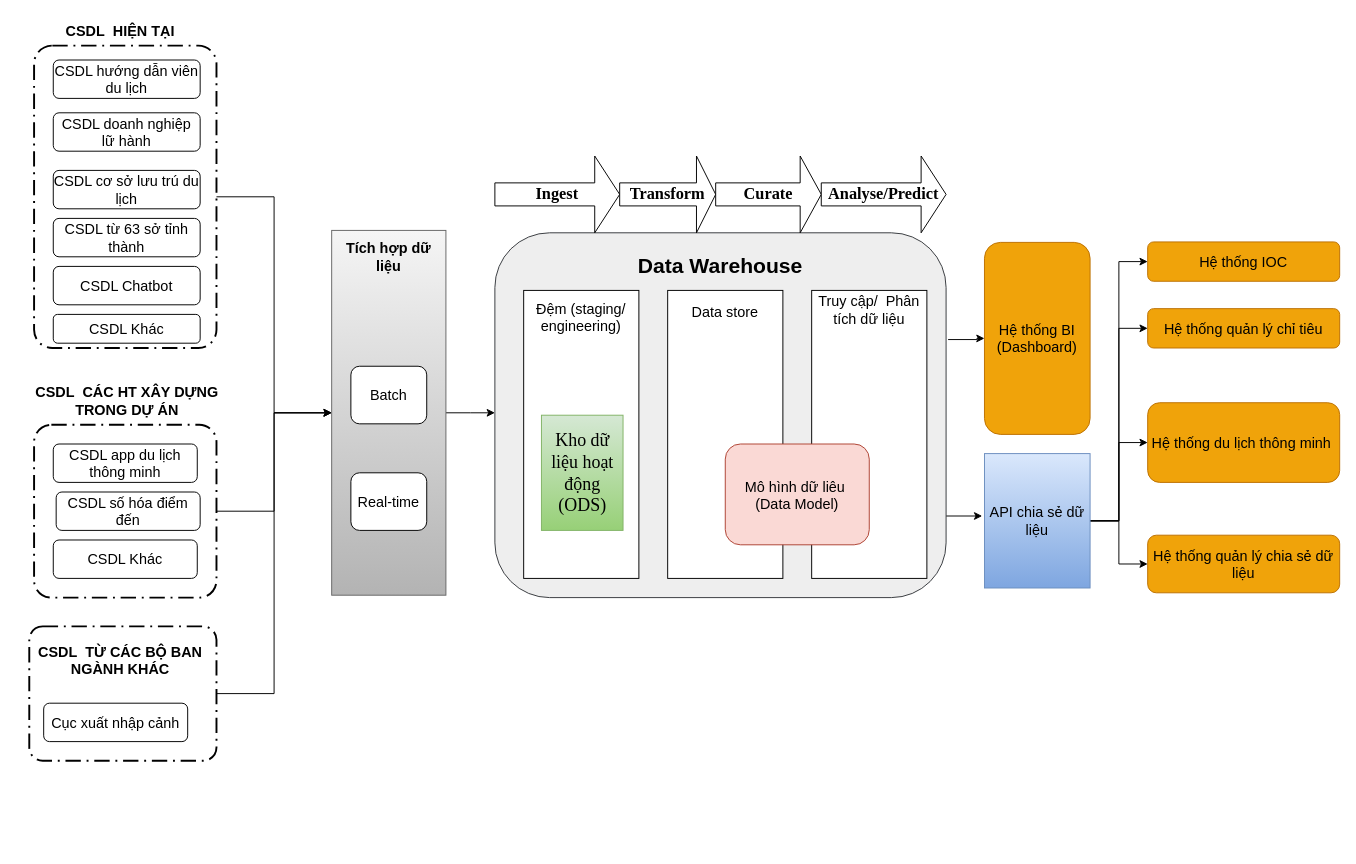
letheanh12345/Draw-io keeps this draw.io diagram as page "Page-1" (1 of 4) of so-do-draw/Untitled Diagram.drawio. Above is the earlier version. Source tidied: cells renumbered, new cells numbered last; positions are measured from the earlier drawing's top-left corner, leaving out a move shared by most shapes. Both pictures are drawn from the tidied source at 96%, with x=0, y=0 at pixel (16, 16).
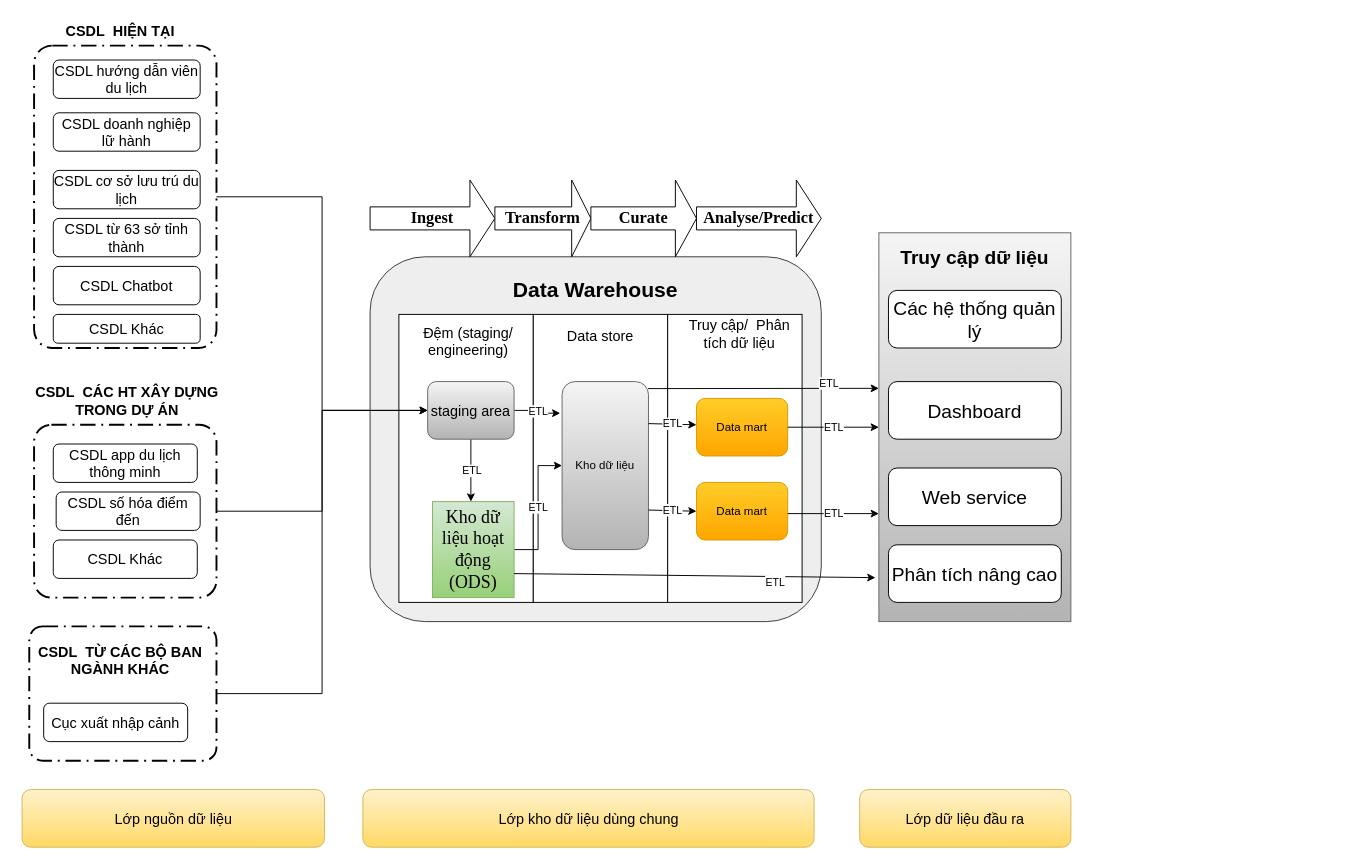
The same page after the edit.

Unchanged cells that the change refers to:
```xml
<mxCell id="3" style="points=[[0.25,0,0],[0.5,0,0],[0.75,0,0],[1,0.25,0],[1,0.5,0],[1,0.75,0],[0.75,1,0],[0.5,1,0],[0.25,1,0],[0,0.75,0],[0,0.5,0],[0,0.25,0]];rounded=1;arcSize=10;dashed=1;strokeColor=#000000;fillColor=none;gradientColor=none;dashPattern=8 3 1 3;strokeWidth=2;fontStyle=1;fontSize=20;" parent="1" vertex="1">
  <mxGeometry x="18" y="30" width="190" height="315" as="geometry" />
</mxCell>
<mxCell id="32" style="points=[[0.25,0,0],[0.5,0,0],[0.75,0,0],[1,0.25,0],[1,0.5,0],[1,0.75,0],[0.75,1,0],[0.5,1,0],[0.25,1,0],[0,0.75,0],[0,0.5,0],[0,0.25,0]];rounded=1;arcSize=10;dashed=1;strokeColor=#000000;fillColor=none;gradientColor=none;dashPattern=8 3 1 3;strokeWidth=2;fontStyle=1;fontSize=20;" parent="1" vertex="1">
  <mxGeometry x="18" y="425" width="190" height="180" as="geometry" />
</mxCell>
<mxCell id="49" style="points=[[0.25,0,0],[0.5,0,0],[0.75,0,0],[1,0.25,0],[1,0.5,0],[1,0.75,0],[0.75,1,0],[0.5,1,0],[0.25,1,0],[0,0.75,0],[0,0.5,0],[0,0.25,0]];rounded=1;arcSize=10;dashed=1;strokeColor=#000000;fillColor=none;gradientColor=none;dashPattern=8 3 1 3;strokeWidth=2;fontStyle=1;fontSize=20;" parent="1" vertex="1">
  <mxGeometry x="13" y="635" width="195" height="140" as="geometry" />
</mxCell>
```

Diff of the diagram source:
```diff
@@
-    <mxCell id="2" style="edgeStyle=orthogonalEdgeStyle;rounded=0;jettySize=auto;html=1;entryX=0;entryY=0.5;entryDx=0;entryDy=0;" parent="1" edge="1" source="3" target="13">
-      <mxGeometry relative="1" as="geometry" />
-    </mxCell>
+    <mxCell id="52" style="edgeStyle=orthogonalEdgeStyle;rounded=0;jettySize=auto;html=1;entryX=0;entryY=0.5;entryDx=0;entryDy=0;" parent="1" edge="1" source="3" target="67">
+      <mxGeometry relative="1" as="geometry" />
+    </mxCell>
@@
-    <mxCell id="4" style="edgeStyle=orthogonalEdgeStyle;rounded=0;orthogonalLoop=1;jettySize=auto;html=1;exitX=1;exitY=0.75;exitDx=0;exitDy=0;entryX=-0.027;entryY=0.672;entryDx=0;entryDy=0;entryPerimeter=0;fontSize=15;" parent="1" edge="1">
-      <mxGeometry relative="1" as="geometry">
-        <mxPoint x="968" y="520" as="sourcePoint" />
-        <mxPoint x="1005.6" y="519.5" as="targetPoint" />
-      </mxGeometry>
-    </mxCell>
-    <mxCell id="5" style="edgeStyle=orthogonalEdgeStyle;rounded=0;orthogonalLoop=1;jettySize=auto;html=1;exitX=1;exitY=0.5;exitDx=0;exitDy=0;entryX=-0.019;entryY=0.894;entryDx=0;entryDy=0;entryPerimeter=0;fontSize=15;" parent="1" edge="1">
-      <mxGeometry relative="1" as="geometry">
-        <mxPoint x="970.1" y="336.2" as="sourcePoint" />
-        <mxPoint x="1008" y="335" as="targetPoint" />
-        <Array as="points">
-          <mxPoint x="1000.1" y="336.2" />
-          <mxPoint x="1000.1" y="335.2" />
-        </Array>
-      </mxGeometry>
-    </mxCell>
-    <mxCell id="6" style="rounded=1;whiteSpace=wrap;html=1;fillColor=#eeeeee;strokeColor=#36393d;" parent="1" vertex="1">
-      <mxGeometry x="498" y="225" width="470" height="380" as="geometry" />
-    </mxCell>
+    <mxCell id="53" style="rounded=1;whiteSpace=wrap;html=1;fillColor=#eeeeee;strokeColor=#36393d;" parent="1" vertex="1">
+      <mxGeometry x="368" y="250" width="470" height="380" as="geometry" />
+    </mxCell>
     <mxCell id="7" value="&lt;font style=&quot;font-size: 22px&quot;&gt;&lt;b&gt;Data Warehouse&lt;/b&gt;&lt;/font&gt;" style="text;html=1;strokeColor=none;fillColor=none;align=center;verticalAlign=middle;whiteSpace=wrap;rounded=0;" parent="1" vertex="1">
-      <mxGeometry x="518" y="245" width="430" height="30" as="geometry" />
+      <mxGeometry x="388" y="270" width="430" height="30" as="geometry" />
     </mxCell>
     <mxCell id="8" value="&lt;b&gt;&lt;font style=&quot;font-size: 17px;&quot;&gt;Ingest&lt;/font&gt;&lt;/b&gt;" style="shape=singleArrow;whiteSpace=wrap;html=1;fontFamily=Times New Roman;fontSize=14;" parent="1" vertex="1">
-      <mxGeometry x="498" y="145" width="130" height="80" as="geometry" />
+      <mxGeometry x="368" y="170" width="130" height="80" as="geometry" />
     </mxCell>
     <mxCell id="9" value="&lt;b&gt;&lt;font style=&quot;font-size: 17px;&quot;&gt;Transform&lt;/font&gt;&lt;/b&gt;" style="shape=singleArrow;whiteSpace=wrap;html=1;fontFamily=Times New Roman;fontSize=14;" parent="1" vertex="1">
-      <mxGeometry x="628" y="145" width="100" height="80" as="geometry" />
+      <mxGeometry x="498" y="170" width="100" height="80" as="geometry" />
     </mxCell>
     <mxCell id="10" value="&lt;b&gt;&lt;font style=&quot;font-size: 17px;&quot;&gt;Curate&lt;/font&gt;&lt;/b&gt;" style="shape=singleArrow;whiteSpace=wrap;html=1;fontFamily=Times New Roman;fontSize=14;" parent="1" vertex="1">
-      <mxGeometry x="728" y="145" width="110" height="80" as="geometry" />
+      <mxGeometry x="598" y="170" width="110" height="80" as="geometry" />
     </mxCell>
     <mxCell id="11" value="&lt;b&gt;&lt;font style=&quot;font-size: 17px;&quot;&gt;Analyse/Predict&lt;/font&gt;&lt;/b&gt;" style="shape=singleArrow;whiteSpace=wrap;html=1;fontFamily=Times New Roman;fontSize=14;" parent="1" vertex="1">
-      <mxGeometry x="838" y="145" width="130" height="80" as="geometry" />
+      <mxGeometry x="708" y="170" width="130" height="80" as="geometry" />
     </mxCell>
-    <mxCell id="12" style="edgeStyle=orthogonalEdgeStyle;rounded=0;jettySize=auto;html=1;fontSize=15;" parent="1" edge="1" source="13">
-      <mxGeometry relative="1" as="geometry">
-        <mxPoint x="498" y="412.5" as="targetPoint" />
-      </mxGeometry>
-    </mxCell>
-    <mxCell id="13" style="rounded=0;whiteSpace=wrap;html=1;fontSize=15;fillColor=#f5f5f5;gradientColor=#b3b3b3;strokeColor=#666666;" parent="1" vertex="1">
-      <mxGeometry x="328" y="222.5" width="119" height="380" as="geometry" />
-    </mxCell>
-    <mxCell id="14" value="&lt;b&gt;Tích hợp dữ liệu&lt;/b&gt;" style="text;html=1;strokeColor=none;fillColor=none;align=center;verticalAlign=middle;whiteSpace=wrap;rounded=0;fontSize=15;" parent="1" vertex="1">
-      <mxGeometry x="328" y="235" width="119" height="30" as="geometry" />
-    </mxCell>
-    <mxCell id="15" value="Batch" style="rounded=1;whiteSpace=wrap;html=1;fontSize=15;" parent="1" vertex="1">
-      <mxGeometry x="348" y="364" width="79" height="60" as="geometry" />
-    </mxCell>
-    <mxCell id="16" value="Real-time" style="rounded=1;whiteSpace=wrap;html=1;fontSize=15;" parent="1" vertex="1">
-      <mxGeometry x="348" y="475" width="79" height="60" as="geometry" />
-    </mxCell>
-    <mxCell id="17" style="rounded=0;whiteSpace=wrap;html=1;fontSize=15;" parent="1" vertex="1">
-      <mxGeometry x="528" y="285" width="120" height="300" as="geometry" />
-    </mxCell>
+    <mxCell id="54" style="rounded=0;whiteSpace=wrap;html=1;fontSize=15;" parent="1" vertex="1">
+      <mxGeometry x="398" y="310" width="140" height="300" as="geometry" />
+    </mxCell>
     <mxCell id="18" value="Đệm (staging/ engineering)" style="text;html=1;strokeColor=none;fillColor=none;align=center;verticalAlign=middle;whiteSpace=wrap;rounded=0;fontSize=15;" parent="1" vertex="1">
-      <mxGeometry x="533" y="290" width="110" height="45" as="geometry" />
+      <mxGeometry x="403" y="315" width="135" height="45" as="geometry" />
     </mxCell>
-    <mxCell id="19" value="&lt;span style=&quot;font-size:14.0pt;font-family:&amp;quot;Times New Roman&amp;quot;,serif;&lt;br/&gt;mso-fareast-font-family:&amp;quot;Times New Roman&amp;quot;;mso-ansi-language:EN-US;mso-fareast-language:&lt;br/&gt;EN-US;mso-bidi-language:AR-SA&quot;&gt;Kho dữ liệu hoạt động (ODS)&lt;/span&gt;" style="rounded=0;whiteSpace=wrap;html=1;fontSize=15;fillColor=#d5e8d4;gradientColor=#97d077;strokeColor=#82b366;" parent="1" vertex="1">
-      <mxGeometry x="546.5" y="415" width="85" height="120" as="geometry" />
-    </mxCell>
-    <mxCell id="20" style="rounded=0;whiteSpace=wrap;html=1;fontSize=20;" parent="1" vertex="1">
-      <mxGeometry x="678" y="285" width="120" height="300" as="geometry" />
-    </mxCell>
+    <mxCell id="55" style="rounded=0;whiteSpace=wrap;html=1;fontSize=20;" parent="1" vertex="1">
+      <mxGeometry x="538" y="310" width="140" height="300" as="geometry" />
+    </mxCell>
     <mxCell id="21" value="&lt;font style=&quot;font-size: 15px;&quot;&gt;Data store&lt;/font&gt;" style="text;html=1;strokeColor=none;fillColor=none;align=center;verticalAlign=middle;whiteSpace=wrap;rounded=0;fontSize=20;" parent="1" vertex="1">
-      <mxGeometry x="678" y="290" width="120" height="30" as="geometry" />
+      <mxGeometry x="548" y="315" width="120" height="30" as="geometry" />
     </mxCell>
-    <mxCell id="22" style="rounded=0;whiteSpace=wrap;html=1;fontSize=15;" parent="1" vertex="1">
-      <mxGeometry x="828" y="285" width="120" height="300" as="geometry" />
-    </mxCell>
+    <mxCell id="56" style="rounded=0;whiteSpace=wrap;html=1;fontSize=15;" parent="1" vertex="1">
+      <mxGeometry x="678" y="310" width="140" height="300" as="geometry" />
+    </mxCell>
     <mxCell id="23" value="Truy cập/&amp;nbsp; Phân tích dữ liệu" style="text;html=1;strokeColor=none;fillColor=none;align=center;verticalAlign=middle;whiteSpace=wrap;rounded=0;fontSize=15;" parent="1" vertex="1">
-      <mxGeometry x="828" y="290" width="120" height="30" as="geometry" />
+      <mxGeometry x="688" y="315" width="130" height="30" as="geometry" />
     </mxCell>
-    <mxCell id="24" value="Mô hình dữ liêu&amp;nbsp; (Data Model)" style="rounded=1;whiteSpace=wrap;html=1;fontSize=15;fillColor=#fad9d5;strokeColor=#ae4132;" parent="1" vertex="1">
-      <mxGeometry x="738" y="445" width="150" height="105" as="geometry" />
-    </mxCell>
@@
-    <mxCell id="31" style="edgeStyle=orthogonalEdgeStyle;rounded=0;jettySize=auto;html=1;entryX=0;entryY=0.5;entryDx=0;entryDy=0;" parent="1" edge="1" source="32" target="13">
-      <mxGeometry relative="1" as="geometry" />
-    </mxCell>
+    <mxCell id="57" style="edgeStyle=orthogonalEdgeStyle;rounded=0;jettySize=auto;html=1;entryX=0;entryY=0.5;entryDx=0;entryDy=0;" parent="1" edge="1" source="32" target="67">
+      <mxGeometry relative="1" as="geometry" />
+    </mxCell>
@@
-    <mxCell id="38" value="Hệ thống BI (Dashboard)" style="rounded=1;whiteSpace=wrap;html=1;fontSize=15;fillColor=#f0a30a;fontColor=#000000;strokeColor=#BD7000;" parent="1" vertex="1">
-      <mxGeometry x="1008" y="235" width="110" height="200" as="geometry" />
-    </mxCell>
-    <mxCell id="39" style="edgeStyle=orthogonalEdgeStyle;rounded=0;jettySize=auto;html=1;entryX=0;entryY=0.5;entryDx=0;entryDy=0;" parent="1" edge="1" source="43" target="44">
-      <mxGeometry relative="1" as="geometry" />
-    </mxCell>
-    <mxCell id="40" style="edgeStyle=orthogonalEdgeStyle;rounded=0;jettySize=auto;html=1;entryX=0;entryY=0.5;entryDx=0;entryDy=0;" parent="1" edge="1" source="43" target="45">
-      <mxGeometry relative="1" as="geometry" />
-    </mxCell>
-    <mxCell id="41" style="edgeStyle=orthogonalEdgeStyle;rounded=0;jettySize=auto;html=1;entryX=0;entryY=0.5;entryDx=0;entryDy=0;" parent="1" edge="1" source="43" target="46">
-      <mxGeometry relative="1" as="geometry">
-        <Array as="points">
-          <mxPoint x="1148" y="525" />
-          <mxPoint x="1148" y="444" />
-        </Array>
-      </mxGeometry>
-    </mxCell>
-    <mxCell id="42" style="edgeStyle=orthogonalEdgeStyle;rounded=0;jettySize=auto;html=1;entryX=0;entryY=0.5;entryDx=0;entryDy=0;" parent="1" edge="1" source="43" target="47">
-      <mxGeometry relative="1" as="geometry" />
-    </mxCell>
-    <mxCell id="43" value="API chia sẻ dữ liệu" style="rounded=0;whiteSpace=wrap;html=1;fontSize=15;fillColor=#dae8fc;gradientColor=#7ea6e0;strokeColor=#6c8ebf;" parent="1" vertex="1">
-      <mxGeometry x="1008" y="455" width="110" height="140" as="geometry" />
-    </mxCell>
-    <mxCell id="44" value="Hệ thống IOC" style="rounded=1;whiteSpace=wrap;html=1;fontSize=15;fillColor=#f0a30a;fontColor=#000000;strokeColor=#BD7000;" parent="1" vertex="1">
-      <mxGeometry x="1178" y="234.5" width="200" height="41" as="geometry" />
-    </mxCell>
-    <mxCell id="45" value="Hệ thống quản lý chỉ tiêu" style="rounded=1;whiteSpace=wrap;html=1;fontSize=15;fillColor=#f0a30a;fontColor=#000000;strokeColor=#BD7000;" parent="1" vertex="1">
-      <mxGeometry x="1178" y="304" width="200" height="41" as="geometry" />
-    </mxCell>
-    <mxCell id="46" value="Hệ thống du lịch thông minh&amp;nbsp;" style="rounded=1;whiteSpace=wrap;html=1;fontSize=15;fillColor=#f0a30a;fontColor=#000000;strokeColor=#BD7000;" parent="1" vertex="1">
-      <mxGeometry x="1178" y="402" width="200" height="83" as="geometry" />
-    </mxCell>
-    <mxCell id="47" value="Hệ thống quản lý chia sẻ dữ liệu" style="rounded=1;whiteSpace=wrap;html=1;fontSize=15;fillColor=#f0a30a;fontColor=#000000;strokeColor=#BD7000;" parent="1" vertex="1">
-      <mxGeometry x="1178" y="540" width="200" height="60" as="geometry" />
-    </mxCell>
-    <mxCell id="48" style="edgeStyle=orthogonalEdgeStyle;rounded=0;jettySize=auto;html=1;entryX=0;entryY=0.5;entryDx=0;entryDy=0;" parent="1" edge="1" source="49" target="13">
-      <mxGeometry relative="1" as="geometry" />
-    </mxCell>
+    <mxCell id="58" style="edgeStyle=orthogonalEdgeStyle;rounded=0;jettySize=auto;html=1;entryX=0;entryY=0.5;entryDx=0;entryDy=0;" parent="1" edge="1" source="49" target="67">
+      <mxGeometry relative="1" as="geometry" />
+    </mxCell>
@@
+    <mxCell id="59" style="rounded=0;whiteSpace=wrap;html=1;fontSize=20;fillColor=#f5f5f5;gradientColor=#b3b3b3;strokeColor=#666666;" parent="1" vertex="1">
+      <mxGeometry x="898" y="225" width="200" height="405" as="geometry" />
+    </mxCell>
+    <mxCell id="60" value="&lt;b&gt;&lt;font style=&quot;font-size: 20px;&quot;&gt;Truy cập dữ liệu&lt;/font&gt;&lt;/b&gt;" style="text;html=1;strokeColor=none;fillColor=none;align=center;verticalAlign=middle;whiteSpace=wrap;rounded=0;" parent="1" vertex="1">
+      <mxGeometry x="898" y="235" width="200" height="30" as="geometry" />
+    </mxCell>
+    <mxCell id="61" value="Các hệ thống quản lý" style="rounded=1;whiteSpace=wrap;html=1;fontSize=20;" parent="1" vertex="1">
+      <mxGeometry x="908" y="285" width="180" height="60" as="geometry" />
+    </mxCell>
+    <mxCell id="62" value="Dashboard" style="rounded=1;whiteSpace=wrap;html=1;fontSize=20;" parent="1" vertex="1">
+      <mxGeometry x="908" y="380" width="180" height="60" as="geometry" />
+    </mxCell>
+    <mxCell id="63" value="Web service" style="rounded=1;whiteSpace=wrap;html=1;fontSize=20;" parent="1" vertex="1">
+      <mxGeometry x="908" y="470" width="180" height="60" as="geometry" />
+    </mxCell>
+    <mxCell id="64" value="Phân tích nâng cao" style="rounded=1;whiteSpace=wrap;html=1;fontSize=20;" parent="1" vertex="1">
+      <mxGeometry x="908" y="550" width="180" height="60" as="geometry" />
+    </mxCell>
+    <mxCell id="65" value="ETL" style="edgeStyle=orthogonalEdgeStyle;rounded=0;jettySize=auto;html=1;entryX=0.5;entryY=0;entryDx=0;entryDy=0;" parent="1" edge="1" source="67">
+      <mxGeometry relative="1" as="geometry">
+        <mxPoint x="473" y="505" as="targetPoint" />
+      </mxGeometry>
+    </mxCell>
+    <mxCell id="66" value="ETL" style="edgeStyle=orthogonalEdgeStyle;rounded=0;jettySize=auto;html=1;entryX=-0.021;entryY=0.188;entryDx=0;entryDy=0;entryPerimeter=0;" parent="1" edge="1" source="67" target="68">
+      <mxGeometry relative="1" as="geometry" />
+    </mxCell>
+    <mxCell id="67" value="&lt;span style=&quot;font-size: 15px;&quot;&gt;staging area&lt;/span&gt;" style="rounded=1;whiteSpace=wrap;html=1;fillColor=#f5f5f5;gradientColor=#b3b3b3;strokeColor=#666666;" parent="1" vertex="1">
+      <mxGeometry x="428" y="380" width="90" height="60" as="geometry" />
+    </mxCell>
+    <mxCell id="68" value="Kho dữ liệu" style="rounded=1;whiteSpace=wrap;html=1;fillColor=#f5f5f5;gradientColor=#b3b3b3;strokeColor=#666666;" parent="1" vertex="1">
+      <mxGeometry x="568" y="380" width="90" height="175" as="geometry" />
+    </mxCell>
+    <mxCell id="69" value="ETL" style="edgeStyle=orthogonalEdgeStyle;rounded=0;jettySize=auto;html=1;" parent="1" edge="1" source="19" target="68">
+      <mxGeometry relative="1" as="geometry" />
+    </mxCell>
+    <mxCell id="19" value="&lt;span style=&quot;font-size:14.0pt;font-family:&amp;quot;Times New Roman&amp;quot;,serif;&lt;br/&gt;mso-fareast-font-family:&amp;quot;Times New Roman&amp;quot;;mso-ansi-language:EN-US;mso-fareast-language:&lt;br/&gt;EN-US;mso-bidi-language:AR-SA&quot;&gt;Kho dữ liệu hoạt động (ODS)&lt;/span&gt;" style="rounded=0;whiteSpace=wrap;html=1;fontSize=15;fillColor=#d5e8d4;gradientColor=#97d077;strokeColor=#82b366;" parent="1" vertex="1">
+      <mxGeometry x="433" y="505" width="85" height="100" as="geometry" />
+    </mxCell>
+    <mxCell id="70" value="Data mart" style="rounded=1;whiteSpace=wrap;html=1;fillColor=#ffcd28;gradientColor=#ffa500;strokeColor=#d79b00;" parent="1" vertex="1">
+      <mxGeometry x="708" y="397.5" width="95" height="60" as="geometry" />
+    </mxCell>
+    <mxCell id="71" value="Data mart" style="rounded=1;whiteSpace=wrap;html=1;fillColor=#ffcd28;gradientColor=#ffa500;strokeColor=#d79b00;" parent="1" vertex="1">
+      <mxGeometry x="708" y="485" width="95" height="60" as="geometry" />
+    </mxCell>
+    <mxCell id="72" value="ETL" style="endArrow=classic;html=1;rounded=0;exitX=1;exitY=0.25;exitDx=0;exitDy=0;" parent="1" edge="1" source="68">
+      <mxGeometry relative="1" as="geometry">
+        <mxPoint x="708" y="425" as="targetPoint" />
+      </mxGeometry>
+    </mxCell>
+    <mxCell id="73" value="ETL" style="endArrow=classic;html=1;rounded=0;exitX=1;exitY=0.25;exitDx=0;exitDy=0;" parent="1" edge="1">
+      <mxGeometry relative="1" as="geometry">
+        <mxPoint x="658" y="513.8" as="sourcePoint" />
+        <mxPoint x="708" y="515" as="targetPoint" />
+      </mxGeometry>
+    </mxCell>
+    <mxCell id="74" style="endArrow=classic;html=1;rounded=0;exitX=0.995;exitY=0.099;exitDx=0;exitDy=0;exitPerimeter=0;" parent="1" edge="1">
+      <mxGeometry relative="1" as="geometry">
+        <mxPoint x="657.5" y="387.3" as="sourcePoint" />
+        <mxPoint x="898" y="387" as="targetPoint" />
+      </mxGeometry>
+    </mxCell>
+    <mxCell id="75" value="ETL" style="edgeLabel;html=1;align=center;verticalAlign=middle;" parent="74" vertex="1">
+      <mxGeometry x="0.56" y="6" relative="1" as="geometry" />
+    </mxCell>
+    <mxCell id="76" value="ETL" style="endArrow=classic;html=1;rounded=0;entryX=0;entryY=0.5;entryDx=0;entryDy=0;exitX=1;exitY=0.5;exitDx=0;exitDy=0;" parent="1" edge="1" source="70" target="59">
+      <mxGeometry relative="1" as="geometry" />
+    </mxCell>
+    <mxCell id="77" value="ETL" style="endArrow=classic;html=1;rounded=0;entryX=0;entryY=0.5;entryDx=0;entryDy=0;exitX=1;exitY=0.5;exitDx=0;exitDy=0;" parent="1" edge="1">
+      <mxGeometry relative="1" as="geometry">
+        <mxPoint x="803" y="517.5" as="sourcePoint" />
+        <mxPoint x="898" y="517.5" as="targetPoint" />
+      </mxGeometry>
+    </mxCell>
+    <mxCell id="78" style="endArrow=classic;html=1;rounded=0;exitX=1;exitY=0.75;exitDx=0;exitDy=0;entryX=-0.018;entryY=0.887;entryDx=0;entryDy=0;entryPerimeter=0;" parent="1" edge="1" source="19" target="59">
+      <mxGeometry relative="1" as="geometry" />
+    </mxCell>
+    <mxCell id="79" value="ETL" style="edgeLabel;html=1;align=center;verticalAlign=middle;" parent="78" vertex="1">
+      <mxGeometry x="0.45" y="-5" relative="1" as="geometry">
+        <mxPoint x="-1" as="offset" />
+      </mxGeometry>
+    </mxCell>
+    <mxCell id="80" value="Lớp nguồn dữ liệu" style="rounded=1;whiteSpace=wrap;html=1;fontSize=15;fillColor=#fff2cc;gradientColor=#ffd966;strokeColor=#d6b656;" parent="1" vertex="1">
+      <mxGeometry x="5.5" y="805" width="315" height="60" as="geometry" />
+    </mxCell>
+    <mxCell id="81" value="Lớp kho dữ liệu dùng chung" style="rounded=1;whiteSpace=wrap;html=1;fontSize=15;fillColor=#fff2cc;gradientColor=#ffd966;strokeColor=#d6b656;" parent="1" vertex="1">
+      <mxGeometry x="360.5" y="805" width="470" height="60" as="geometry" />
+    </mxCell>
+    <mxCell id="82" value="Lớp dữ liệu đầu ra" style="rounded=1;whiteSpace=wrap;html=1;fontSize=15;fillColor=#fff2cc;gradientColor=#ffd966;strokeColor=#d6b656;" parent="1" vertex="1">
+      <mxGeometry x="878" y="805" width="220" height="60" as="geometry" />
+    </mxCell>
```
